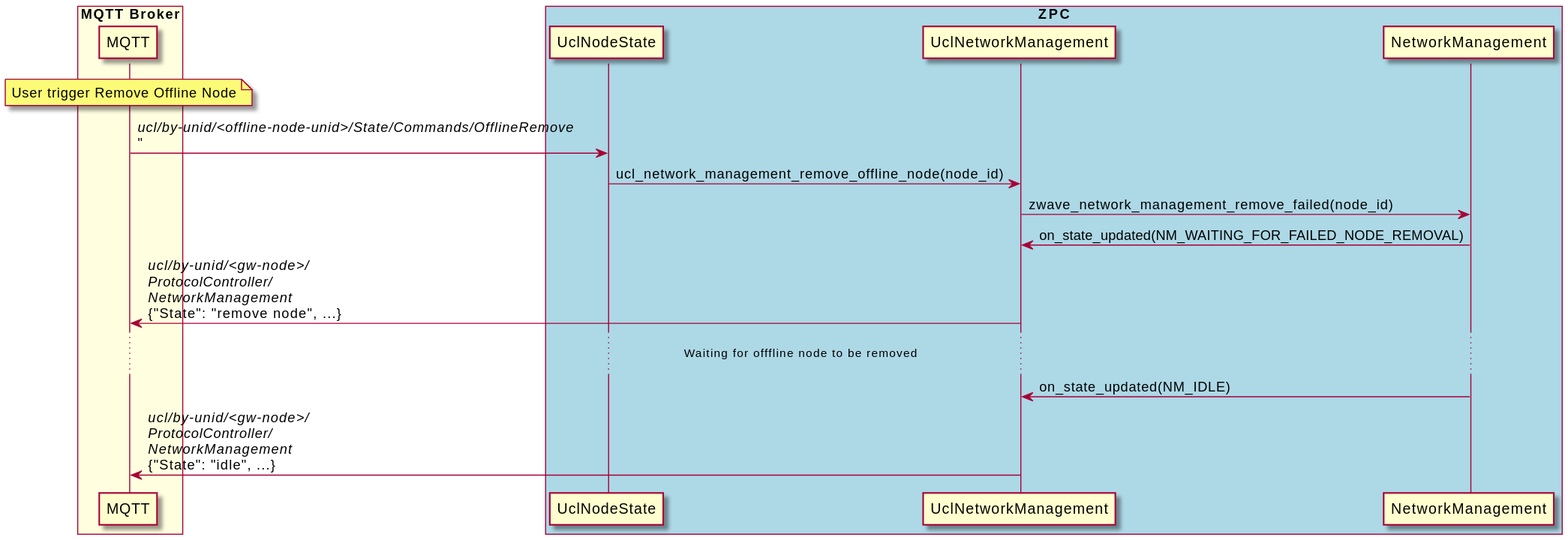
The PlantUML diagram docs/doxygen_zpc/html/inline_umlgraph_4.svg in SiliconLabs/UnifySDK, before a commit. Source of this version:
```plantuml
@startuml inline_umlgraph_4.svg
  box "MQTT Broker" #LightYellow
  participant MQTT
  end box
  box "ZPC" #LightBlue
  participant UclNodeState
  participant UclNetworkManagement
  participant NetworkManagement
  end box

  note over MQTT: User trigger Remove Offline Node
  MQTT                  -> UclNodeState         : <i>ucl/by-unid/<offline-node-unid>/State/Commands/OfflineRemove</i>\n"
  UclNodeState          -> UclNetworkManagement : ucl_network_management_remove_offline_node(node_id)
  UclNetworkManagement  -> NetworkManagement    : zwave_network_management_remove_failed(node_id)
  NetworkManagement     -> UclNetworkManagement : on_state_updated(NM_WAITING_FOR_FAILED_NODE_REMOVAL)
  UclNetworkManagement  -> MQTT                 : <i>ucl/by-unid/<gw-node>/</i>\n<i>ProtocolController/</i>\n<i>NetworkManagement</i>\n{"State": "remove node", ...}
  ... Waiting for offfline node to be removed ...
  NetworkManagement     -> UclNetworkManagement : on_state_updated(NM_IDLE)
  UclNetworkManagement  -> MQTT                 : <i>ucl/by-unid/<gw-node>/</i>\n<i>ProtocolController/</i>\n<i>NetworkManagement</i>\n{"State": "idle", ...}
@enduml
```
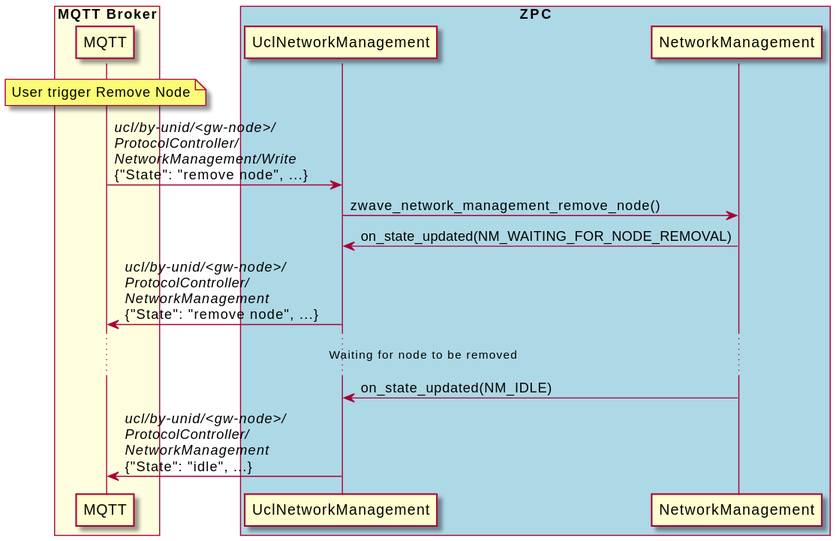
After the change.

What changed in the source:
```diff
@@ -3,18 +3,16 @@
   participant MQTT
   end box
   box "ZPC" #LightBlue
-  participant UclNodeState
   participant UclNetworkManagement
   participant NetworkManagement
   end box
 
-  note over MQTT: User trigger Remove Offline Node
-  MQTT                  -> UclNodeState         : <i>ucl/by-unid/<offline-node-unid>/State/Commands/OfflineRemove</i>\n"
-  UclNodeState          -> UclNetworkManagement : ucl_network_management_remove_offline_node(node_id)
-  UclNetworkManagement  -> NetworkManagement    : zwave_network_management_remove_failed(node_id)
-  NetworkManagement     -> UclNetworkManagement : on_state_updated(NM_WAITING_FOR_FAILED_NODE_REMOVAL)
+  note over MQTT: User trigger Remove Node
+  MQTT                  -> UclNetworkManagement : <i>ucl/by-unid/<gw-node>/</i>\n<i>ProtocolController/</i>\n<i>NetworkManagement/Write</i>\n{"State": "remove node", ...}
+  UclNetworkManagement  -> NetworkManagement    : zwave_network_management_remove_node()
+  NetworkManagement     -> UclNetworkManagement : on_state_updated(NM_WAITING_FOR_NODE_REMOVAL)
   UclNetworkManagement  -> MQTT                 : <i>ucl/by-unid/<gw-node>/</i>\n<i>ProtocolController/</i>\n<i>NetworkManagement</i>\n{"State": "remove node", ...}
-  ... Waiting for offfline node to be removed ...
+  ... Waiting for node to be removed ...
   NetworkManagement     -> UclNetworkManagement : on_state_updated(NM_IDLE)
   UclNetworkManagement  -> MQTT                 : <i>ucl/by-unid/<gw-node>/</i>\n<i>ProtocolController/</i>\n<i>NetworkManagement</i>\n{"State": "idle", ...}
 @enduml
```
